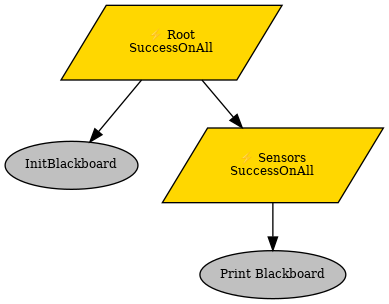
The Graphviz diagram root.png in AMV-UI/KKI-25, before a commit. Its source is kept beside it as root.dot.
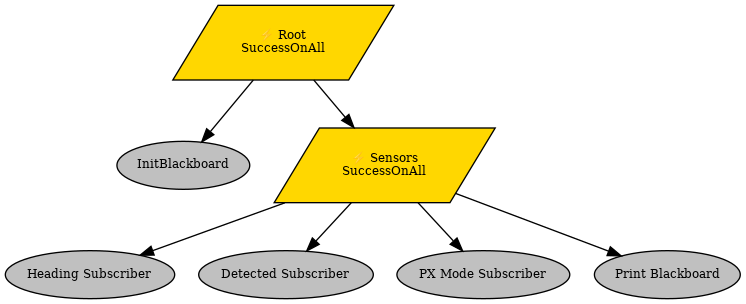
The same file after the commit.

The edit, as a diff of the source:
```diff
@@ -8,6 +8,12 @@
 Root -> InitBlackboard;
 Sensors [fillcolor=gold, fontcolor=black, fontsize=9, label="⚡ Sensors\nSuccessOnAll", shape=parallelogram, style=filled];
 Root -> Sensors;
+"Heading Subscriber" [fillcolor=gray, fontcolor=black, fontsize=9, label="Heading Subscriber", shape=ellipse, style=filled];
+Sensors -> "Heading Subscriber";
+"Detected Subscriber" [fillcolor=gray, fontcolor=black, fontsize=9, label="Detected Subscriber", shape=ellipse, style=filled];
+Sensors -> "Detected Subscriber";
+"PX Mode Subscriber" [fillcolor=gray, fontcolor=black, fontsize=9, label="PX Mode Subscriber", shape=ellipse, style=filled];
+Sensors -> "PX Mode Subscriber";
 "Print Blackboard" [fillcolor=gray, fontcolor=black, fontsize=9, label="Print Blackboard", shape=ellipse, style=filled];
 Sensors -> "Print Blackboard";
 }
```
